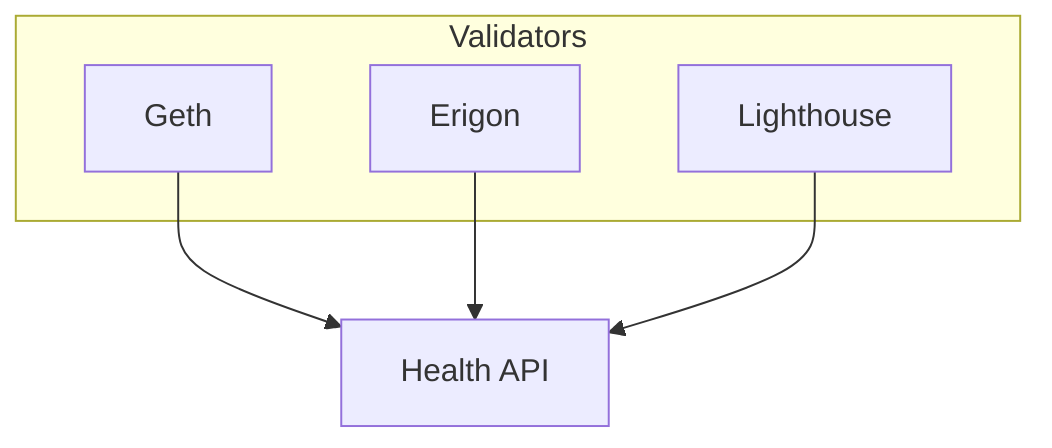
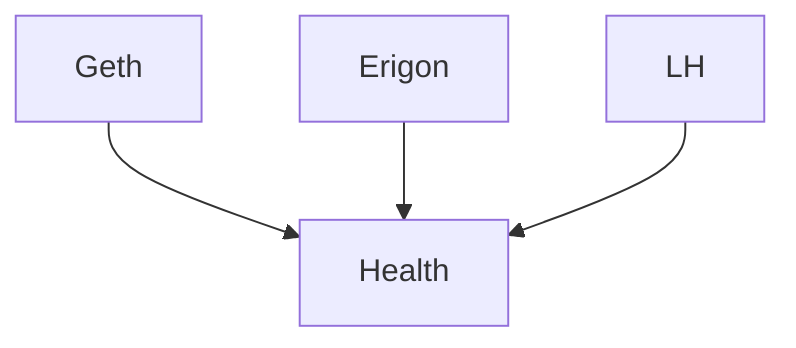
graph TD
-     subgraph Validators
-         G[Geth]
-         E[Erigon]
-         L[Lighthouse]
-     end
-     G --> H[Health API]
-     E --> H
-     L --> H
+     G[Geth] --> H[Health]
+     E[Erigon] --> H
+     L[LH] --> H
